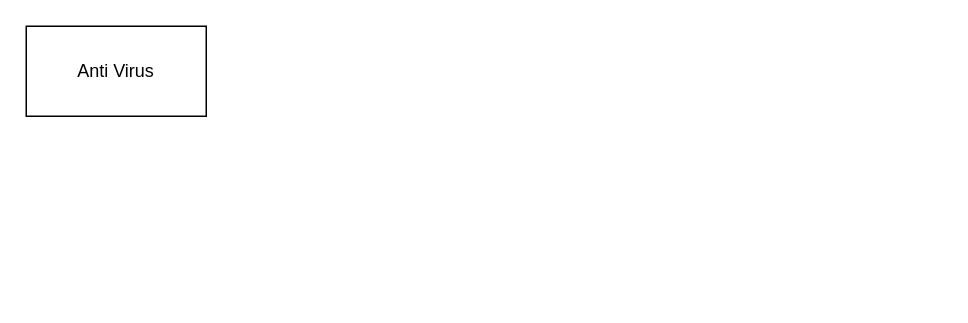
Earlier version of the draw.io diagram design.drawio (OmriPy/Anti-Virus). Source tidied: cells renumbered, new cells numbered last; positions are measured from the earlier drawing's top-left corner, leaving out a move shared by most shapes. Both pictures are drawn from the tidied source at 150%, with x=0, y=0 at pixel (26, 26).
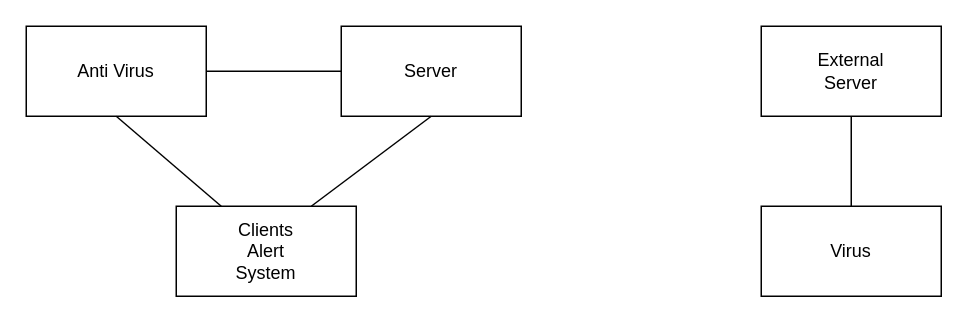
Above is the later version.

What changed in the source:
```diff
@@
 <mxGraphModel>
   <root>
     <mxCell id="0" />
     <mxCell id="1" parent="0" />
     <mxCell id="2" style="rounded=0;whiteSpace=wrap;html=1;" parent="1" vertex="1">
       <mxGeometry width="120" height="60" as="geometry" />
     </mxCell>
     <mxCell id="3" value="Anti Virus" style="text;html=1;align=center;verticalAlign=middle;whiteSpace=wrap;rounded=0;" parent="1" vertex="1">
       <mxGeometry x="30" y="15" width="60" height="30" as="geometry" />
     </mxCell>
+    <mxCell id="4" style="rounded=0;whiteSpace=wrap;html=1;" parent="1" vertex="1">
+      <mxGeometry x="210" width="120" height="60" as="geometry" />
+    </mxCell>
+    <mxCell id="5" value="Server" style="text;html=1;align=center;verticalAlign=middle;whiteSpace=wrap;rounded=0;" parent="1" vertex="1">
+      <mxGeometry x="240" y="15" width="60" height="30" as="geometry" />
+    </mxCell>
+    <mxCell id="6" style="endArrow=none;html=1;rounded=0;entryX=0;entryY=0.5;entryDx=0;entryDy=0;exitX=1;exitY=0.5;exitDx=0;exitDy=0;" parent="1" edge="1" source="2" target="4">
+      <mxGeometry relative="1" as="geometry" />
+    </mxCell>
+    <mxCell id="7" style="rounded=0;whiteSpace=wrap;html=1;" parent="1" vertex="1">
+      <mxGeometry x="100" y="120" width="120" height="60" as="geometry" />
+    </mxCell>
+    <mxCell id="8" value="Clients Alert System" style="text;html=1;align=center;verticalAlign=middle;whiteSpace=wrap;rounded=0;" parent="1" vertex="1">
+      <mxGeometry x="130" y="135" width="60" height="30" as="geometry" />
+    </mxCell>
+    <mxCell id="9" style="endArrow=none;html=1;rounded=0;entryX=0.5;entryY=1;entryDx=0;entryDy=0;exitX=0.75;exitY=0;exitDx=0;exitDy=0;" parent="1" edge="1" source="7" target="4">
+      <mxGeometry relative="1" as="geometry" />
+    </mxCell>
+    <mxCell id="10" style="endArrow=none;html=1;rounded=0;exitX=0.5;exitY=1;exitDx=0;exitDy=0;entryX=0.25;entryY=0;entryDx=0;entryDy=0;" parent="1" edge="1" source="2" target="7">
+      <mxGeometry relative="1" as="geometry" />
+    </mxCell>
+    <mxCell id="11" style="rounded=0;whiteSpace=wrap;html=1;" parent="1" vertex="1">
+      <mxGeometry x="490" width="120" height="60" as="geometry" />
+    </mxCell>
+    <mxCell id="12" value="External Server" style="text;html=1;align=center;verticalAlign=middle;whiteSpace=wrap;rounded=0;" parent="1" vertex="1">
+      <mxGeometry x="520" y="15" width="60" height="30" as="geometry" />
+    </mxCell>
+    <mxCell id="13" style="rounded=0;whiteSpace=wrap;html=1;" parent="1" vertex="1">
+      <mxGeometry x="490" y="120" width="120" height="60" as="geometry" />
+    </mxCell>
+    <mxCell id="14" value="Virus" style="text;html=1;align=center;verticalAlign=middle;whiteSpace=wrap;rounded=0;" parent="1" vertex="1">
+      <mxGeometry x="520" y="135" width="60" height="30" as="geometry" />
+    </mxCell>
+    <mxCell id="15" style="endArrow=none;html=1;rounded=0;entryX=0.5;entryY=1;entryDx=0;entryDy=0;exitX=0.5;exitY=0;exitDx=0;exitDy=0;" parent="1" edge="1" source="13" target="11">
+      <mxGeometry relative="1" as="geometry" />
+    </mxCell>
   </root>
 </mxGraphModel>
```
